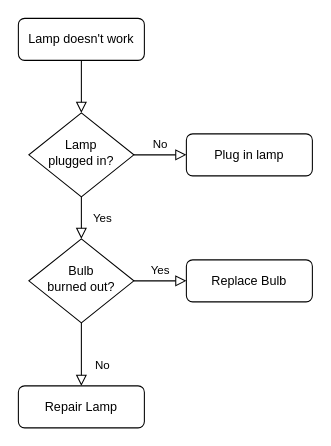
Above: BD-23合作伙伴逻辑.drawio in TionKior/draw.io (draw.io), before the change. Source tidied: cells renumbered, new cells numbered last; positions are measured from the earlier drawing's top-left corner, leaving out a move shared by most shapes. Both pictures are drawn from the tidied source at 105%, with x=0, y=0 at pixel (18, 18).
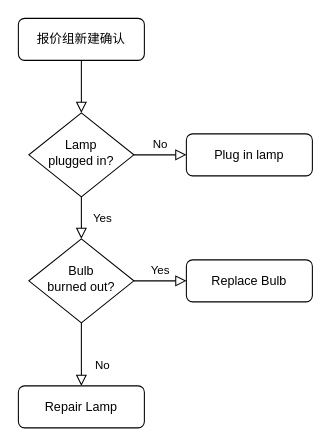
The same diagram, later.

Commit message (it also covers changes not shown here):
更新BD-23合作伙伴逻辑.drawio

Diff of the diagram source:
```diff
@@
 <mxGraphModel>
   <root>
     <mxCell id="0" />
     <mxCell id="1" parent="0" />
     <mxCell id="2" style="rounded=0;html=1;jettySize=auto;fontSize=11;endArrow=block;endFill=0;endSize=8;strokeWidth=1;shadow=0;labelBackgroundColor=none;edgeStyle=orthogonalEdgeStyle;" parent="1" edge="1" source="3" target="6">
       <mxGeometry relative="1" as="geometry" />
     </mxCell>
-    <mxCell id="3" value="Lamp doesn't work" style="rounded=1;whiteSpace=wrap;html=1;fontSize=12;glass=0;strokeWidth=1;shadow=0;" parent="1" vertex="1">
+    <mxCell id="3" value="报价组新建确认" style="rounded=1;whiteSpace=wrap;html=1;fontSize=12;glass=0;strokeWidth=1;shadow=0;" parent="1" vertex="1">
       <mxGeometry width="120" height="40" as="geometry" />
     </mxCell>
     <mxCell id="4" value="Yes" style="rounded=0;html=1;jettySize=auto;fontSize=11;endArrow=block;endFill=0;endSize=8;strokeWidth=1;shadow=0;labelBackgroundColor=none;edgeStyle=orthogonalEdgeStyle;" parent="1" edge="1" source="6" target="10">
       <mxGeometry y="20" relative="1" as="geometry" />
     </mxCell>
     <mxCell id="5" value="No" style="edgeStyle=orthogonalEdgeStyle;rounded=0;html=1;jettySize=auto;fontSize=11;endArrow=block;endFill=0;endSize=8;strokeWidth=1;shadow=0;labelBackgroundColor=none;" parent="1" edge="1" source="6" target="7">
       <mxGeometry y="10" relative="1" as="geometry" />
     </mxCell>
     <mxCell id="6" value="Lamp&lt;br&gt;plugged in?" style="rhombus;whiteSpace=wrap;html=1;shadow=0;fontFamily=Helvetica;fontSize=12;align=center;strokeWidth=1;spacing=6;spacingTop=-4;" parent="1" vertex="1">
       <mxGeometry x="10" y="90" width="100" height="80" as="geometry" />
     </mxCell>
     <mxCell id="7" value="Plug in lamp" style="rounded=1;whiteSpace=wrap;html=1;fontSize=12;glass=0;strokeWidth=1;shadow=0;" parent="1" vertex="1">
       <mxGeometry x="160" y="110" width="120" height="40" as="geometry" />
     </mxCell>
     <mxCell id="8" value="No" style="rounded=0;html=1;jettySize=auto;fontSize=11;endArrow=block;endFill=0;endSize=8;strokeWidth=1;shadow=0;labelBackgroundColor=none;edgeStyle=orthogonalEdgeStyle;" parent="1" edge="1" source="10" target="11">
       <mxGeometry x="0.33" y="20" relative="1" as="geometry" />
     </mxCell>
     <mxCell id="9" value="Yes" style="edgeStyle=orthogonalEdgeStyle;rounded=0;html=1;jettySize=auto;fontSize=11;endArrow=block;endFill=0;endSize=8;strokeWidth=1;shadow=0;labelBackgroundColor=none;" parent="1" edge="1" source="10" target="12">
       <mxGeometry y="10" relative="1" as="geometry" />
     </mxCell>
     <mxCell id="10" value="Bulb&lt;br&gt;burned out?" style="rhombus;whiteSpace=wrap;html=1;shadow=0;fontFamily=Helvetica;fontSize=12;align=center;strokeWidth=1;spacing=6;spacingTop=-4;" parent="1" vertex="1">
       <mxGeometry x="10" y="210" width="100" height="80" as="geometry" />
     </mxCell>
     <mxCell id="11" value="Repair Lamp" style="rounded=1;whiteSpace=wrap;html=1;fontSize=12;glass=0;strokeWidth=1;shadow=0;" parent="1" vertex="1">
       <mxGeometry y="350" width="120" height="40" as="geometry" />
     </mxCell>
     <mxCell id="12" value="Replace Bulb" style="rounded=1;whiteSpace=wrap;html=1;fontSize=12;glass=0;strokeWidth=1;shadow=0;" parent="1" vertex="1">
       <mxGeometry x="160" y="230" width="120" height="40" as="geometry" />
     </mxCell>
   </root>
 </mxGraphModel>
```
